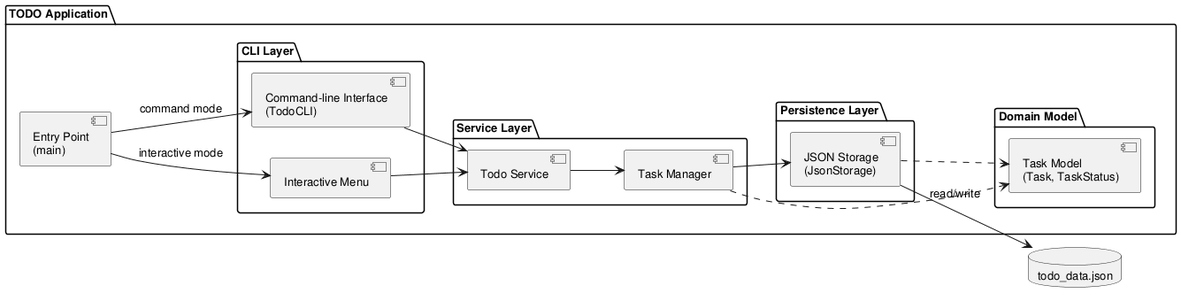
Before: experiments/broadcast/test_driven/TODO/artifacts/component_diagram.png, a diagram exported from PlantUML (DanielRiha8906/Software_autoevolution_using_agents). Source of this version:
```plantuml
@startuml component_diagram

skinparam componentStyle uml2
skinparam defaultFontSize 13

left to right direction

package "TODO Application" {

    component "Entry Point\n(main)" as Main

    package "CLI Layer" {
        component "Interactive Menu" as IM
        component "Command-line Interface\n(TodoCLI)" as CLI
    }

    package "Service Layer" {
        component "Todo Service" as SVC
        component "Task Manager" as MGR
    }

    package "Domain Model" {
        component "Task Model\n(Task, TaskStatus)" as Model
    }

    package "Persistence Layer" {
        component "JSON Storage\n(JsonStorage)" as Storage
    }
}

database "todo_data.json" as DB

Main --> IM : interactive mode
Main --> CLI : command mode

IM --> SVC
CLI --> SVC

SVC --> MGR
MGR --> Storage
MGR ..> Model
Storage ..> Model

Storage --> DB : read/write

@enduml
```
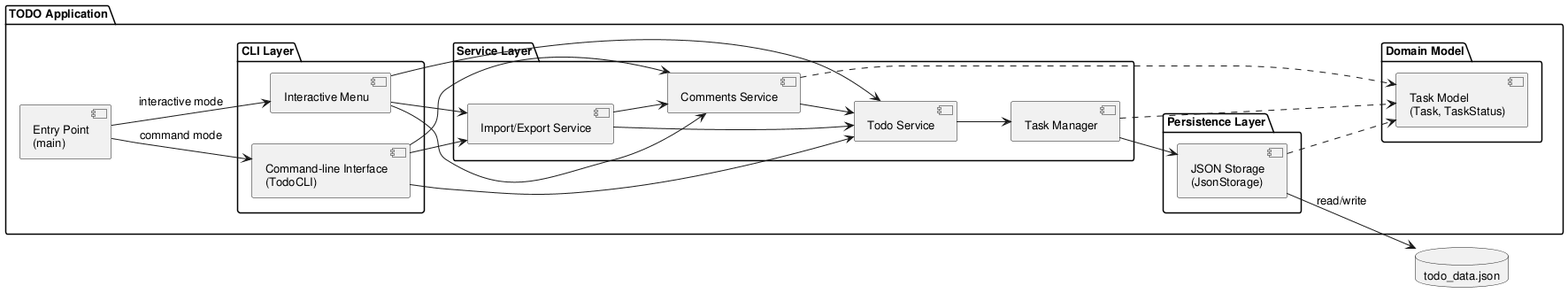
The same file after the commit.

Diff of the diagram source:
```diff
@@ -17,6 +17,8 @@
     package "Service Layer" {
         component "Todo Service" as SVC
         component "Task Manager" as MGR
+        component "Comments Service" as CS
+        component "Import/Export Service" as IES
     }
 
     package "Domain Model" {
@@ -34,12 +36,21 @@
 Main --> CLI : command mode
 
 IM --> SVC
+IM --> CS
+IM --> IES
 CLI --> SVC
+CLI --> CS
+CLI --> IES
 
 SVC --> MGR
+CS --> SVC
+IES --> SVC
+IES --> CS
+
 MGR --> Storage
 MGR ..> Model
 Storage ..> Model
+CS ..> Model
 
 Storage --> DB : read/write
 
```
